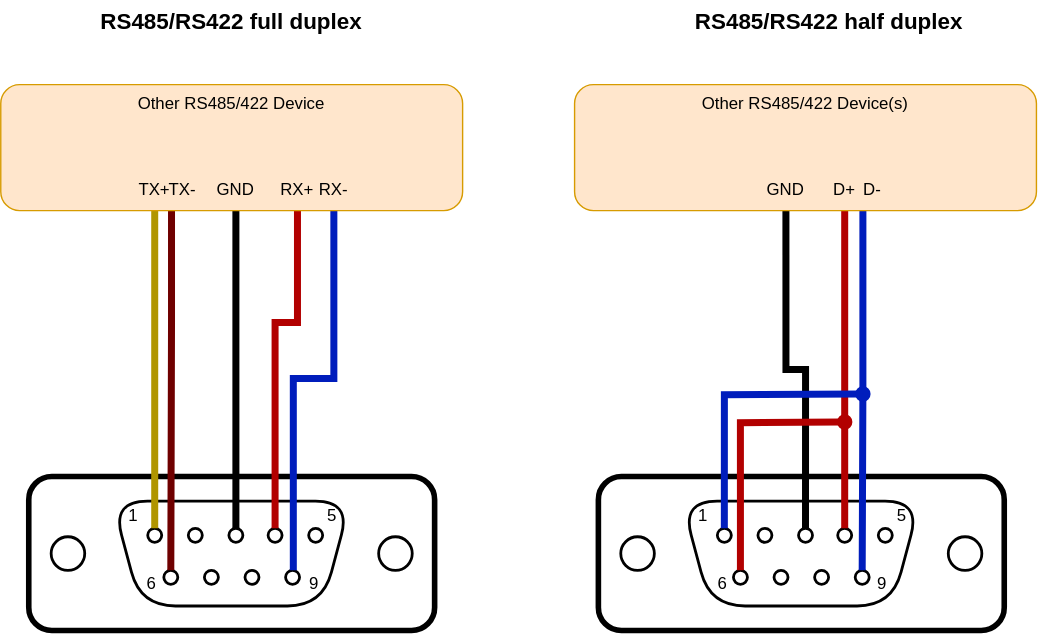
Before: docs/user-docs/images/edge-solutions/moducop/io-modules/iou06/com-layout1-conn.svg, a diagram exported from draw.io (ci4rail/docs). Source tidied: cells renumbered, new cells last; positions are measured from the earlier drawing's top-left corner, leaving out a move shared by most shapes. Source of this version:
```xml
<mxGraphModel>
  <root>
    <mxCell id="0" />
    <mxCell id="1" parent="0" />
    <mxCell id="2" style="group;" parent="1" vertex="1">
      <mxGeometry x="427" y="340" width="290" height="110" as="geometry" />
    </mxCell>
    <mxCell id="3" style="rounded=1;whiteSpace=wrap;html=1;strokeColor=#000000;strokeWidth=4;fillColor=#FFFFFF;" parent="2" vertex="1">
      <mxGeometry width="290" height="110" as="geometry" />
    </mxCell>
    <mxCell id="4" style="shape=trapezoid;perimeter=trapezoidPerimeter;whiteSpace=wrap;html=1;fixedSize=1;size=20;rotation=-180;rounded=1;arcSize=50;strokeWidth=2;" parent="2" vertex="1">
      <mxGeometry x="59.8" y="17.5" width="170" height="75" as="geometry" />
    </mxCell>
    <mxCell id="5" style="ellipse;whiteSpace=wrap;html=1;fillColor=none;strokeColor=#000000;strokeWidth=2;" parent="2" vertex="1">
      <mxGeometry x="16" y="43" width="24" height="24" as="geometry" />
    </mxCell>
    <mxCell id="6" style="ellipse;whiteSpace=wrap;html=1;fillColor=none;strokeColor=#000000;strokeWidth=2;" parent="2" vertex="1">
      <mxGeometry x="250" y="43" width="24" height="24" as="geometry" />
    </mxCell>
    <mxCell id="7" style="ellipse;whiteSpace=wrap;html=1;fillColor=none;strokeColor=#000000;strokeWidth=2;" parent="2" vertex="1">
      <mxGeometry x="85" y="37" width="10" height="10" as="geometry" />
    </mxCell>
    <mxCell id="8" style="ellipse;whiteSpace=wrap;html=1;fillColor=none;strokeColor=#000000;strokeWidth=2;" parent="2" vertex="1">
      <mxGeometry x="114" y="37" width="10" height="10" as="geometry" />
    </mxCell>
    <mxCell id="9" style="ellipse;whiteSpace=wrap;html=1;fillColor=none;strokeColor=#000000;strokeWidth=2;" parent="2" vertex="1">
      <mxGeometry x="143" y="37" width="10" height="10" as="geometry" />
    </mxCell>
    <mxCell id="10" style="ellipse;whiteSpace=wrap;html=1;fillColor=none;strokeColor=#000000;strokeWidth=2;" parent="2" vertex="1">
      <mxGeometry x="171" y="37" width="10" height="10" as="geometry" />
    </mxCell>
    <mxCell id="11" style="ellipse;whiteSpace=wrap;html=1;fillColor=none;strokeColor=#000000;strokeWidth=2;" parent="2" vertex="1">
      <mxGeometry x="200" y="37" width="10" height="10" as="geometry" />
    </mxCell>
    <mxCell id="12" style="ellipse;whiteSpace=wrap;html=1;fillColor=none;strokeColor=#000000;strokeWidth=2;" parent="2" vertex="1">
      <mxGeometry x="96.5" y="67" width="10" height="10" as="geometry" />
    </mxCell>
    <mxCell id="13" style="ellipse;whiteSpace=wrap;html=1;fillColor=none;strokeColor=#000000;strokeWidth=2;" parent="2" vertex="1">
      <mxGeometry x="125.5" y="67" width="10" height="10" as="geometry" />
    </mxCell>
    <mxCell id="14" style="ellipse;whiteSpace=wrap;html=1;fillColor=none;strokeColor=#000000;strokeWidth=2;" parent="2" vertex="1">
      <mxGeometry x="154.5" y="67" width="10" height="10" as="geometry" />
    </mxCell>
    <mxCell id="15" style="ellipse;whiteSpace=wrap;html=1;fillColor=none;strokeColor=#000000;strokeWidth=2;" parent="2" vertex="1">
      <mxGeometry x="183.5" y="67" width="10" height="10" as="geometry" />
    </mxCell>
    <mxCell id="16" value="1" style="text;html=1;strokeColor=none;fillColor=none;align=center;verticalAlign=middle;whiteSpace=wrap;rounded=0;" parent="2" vertex="1">
      <mxGeometry x="68" y="17.5" width="13.5" height="20" as="geometry" />
    </mxCell>
    <mxCell id="17" value="5" style="text;html=1;strokeColor=none;fillColor=none;align=center;verticalAlign=middle;whiteSpace=wrap;rounded=0;" parent="2" vertex="1">
      <mxGeometry x="210" y="17.5" width="13.5" height="20" as="geometry" />
    </mxCell>
    <mxCell id="18" value="9" style="text;html=1;strokeColor=none;fillColor=none;align=center;verticalAlign=middle;whiteSpace=wrap;rounded=0;" parent="2" vertex="1">
      <mxGeometry x="196.5" y="67" width="13.5" height="20" as="geometry" />
    </mxCell>
    <mxCell id="19" value="6" style="text;html=1;strokeColor=none;fillColor=none;align=center;verticalAlign=middle;whiteSpace=wrap;rounded=0;" parent="2" vertex="1">
      <mxGeometry x="81.5" y="67" width="13.5" height="20" as="geometry" />
    </mxCell>
    <mxCell id="20" style="group;" parent="1" vertex="1">
      <mxGeometry x="20" y="340" width="290" height="110" as="geometry" />
    </mxCell>
    <mxCell id="21" style="rounded=1;whiteSpace=wrap;html=1;strokeColor=#000000;strokeWidth=4;fillColor=#FFFFFF;" parent="20" vertex="1">
      <mxGeometry width="290" height="110" as="geometry" />
    </mxCell>
    <mxCell id="22" style="shape=trapezoid;perimeter=trapezoidPerimeter;whiteSpace=wrap;html=1;fixedSize=1;size=20;rotation=-180;rounded=1;arcSize=50;strokeWidth=2;" parent="20" vertex="1">
      <mxGeometry x="59.8" y="17.5" width="170" height="75" as="geometry" />
    </mxCell>
    <mxCell id="23" style="ellipse;whiteSpace=wrap;html=1;fillColor=none;strokeColor=#000000;strokeWidth=2;" parent="20" vertex="1">
      <mxGeometry x="16" y="43" width="24" height="24" as="geometry" />
    </mxCell>
    <mxCell id="24" style="ellipse;whiteSpace=wrap;html=1;fillColor=none;strokeColor=#000000;strokeWidth=2;" parent="20" vertex="1">
      <mxGeometry x="250" y="43" width="24" height="24" as="geometry" />
    </mxCell>
    <mxCell id="25" style="ellipse;whiteSpace=wrap;html=1;fillColor=none;strokeColor=#000000;strokeWidth=2;" parent="20" vertex="1">
      <mxGeometry x="85" y="37" width="10" height="10" as="geometry" />
    </mxCell>
    <mxCell id="26" style="ellipse;whiteSpace=wrap;html=1;fillColor=none;strokeColor=#000000;strokeWidth=2;" parent="20" vertex="1">
      <mxGeometry x="114" y="37" width="10" height="10" as="geometry" />
    </mxCell>
    <mxCell id="27" style="ellipse;whiteSpace=wrap;html=1;fillColor=none;strokeColor=#000000;strokeWidth=2;" parent="20" vertex="1">
      <mxGeometry x="143" y="37" width="10" height="10" as="geometry" />
    </mxCell>
    <mxCell id="28" style="ellipse;whiteSpace=wrap;html=1;fillColor=none;strokeColor=#000000;strokeWidth=2;" parent="20" vertex="1">
      <mxGeometry x="171" y="37" width="10" height="10" as="geometry" />
    </mxCell>
    <mxCell id="29" style="ellipse;whiteSpace=wrap;html=1;fillColor=none;strokeColor=#000000;strokeWidth=2;" parent="20" vertex="1">
      <mxGeometry x="200" y="37" width="10" height="10" as="geometry" />
    </mxCell>
    <mxCell id="30" style="ellipse;whiteSpace=wrap;html=1;fillColor=none;strokeColor=#000000;strokeWidth=2;" parent="20" vertex="1">
      <mxGeometry x="96.5" y="67" width="10" height="10" as="geometry" />
    </mxCell>
    <mxCell id="31" style="ellipse;whiteSpace=wrap;html=1;fillColor=none;strokeColor=#000000;strokeWidth=2;" parent="20" vertex="1">
      <mxGeometry x="125.5" y="67" width="10" height="10" as="geometry" />
    </mxCell>
    <mxCell id="32" style="ellipse;whiteSpace=wrap;html=1;fillColor=none;strokeColor=#000000;strokeWidth=2;" parent="20" vertex="1">
      <mxGeometry x="154.5" y="67" width="10" height="10" as="geometry" />
    </mxCell>
    <mxCell id="33" style="ellipse;whiteSpace=wrap;html=1;fillColor=none;strokeColor=#000000;strokeWidth=2;" parent="20" vertex="1">
      <mxGeometry x="183.5" y="67" width="10" height="10" as="geometry" />
    </mxCell>
    <mxCell id="34" value="1" style="text;html=1;strokeColor=none;fillColor=none;align=center;verticalAlign=middle;whiteSpace=wrap;rounded=0;" parent="20" vertex="1">
      <mxGeometry x="68" y="17.5" width="13.5" height="20" as="geometry" />
    </mxCell>
    <mxCell id="35" value="5" style="text;html=1;strokeColor=none;fillColor=none;align=center;verticalAlign=middle;whiteSpace=wrap;rounded=0;" parent="20" vertex="1">
      <mxGeometry x="210" y="17.5" width="13.5" height="20" as="geometry" />
    </mxCell>
    <mxCell id="36" value="9" style="text;html=1;strokeColor=none;fillColor=none;align=center;verticalAlign=middle;whiteSpace=wrap;rounded=0;" parent="20" vertex="1">
      <mxGeometry x="196.5" y="67" width="13.5" height="20" as="geometry" />
    </mxCell>
    <mxCell id="37" value="6" style="text;html=1;strokeColor=none;fillColor=none;align=center;verticalAlign=middle;whiteSpace=wrap;rounded=0;" parent="20" vertex="1">
      <mxGeometry x="81.5" y="67" width="13.5" height="20" as="geometry" />
    </mxCell>
    <mxCell id="38" style="edgeStyle=orthogonalEdgeStyle;rounded=0;jettySize=auto;html=1;exitX=0.5;exitY=1;exitDx=0;exitDy=0;entryX=0.5;entryY=0;entryDx=0;entryDy=0;endArrow=none;endFill=0;strokeWidth=5;fillColor=#0050ef;strokeColor=#001DBC;" parent="1" edge="1" source="47" target="33">
      <mxGeometry relative="1" as="geometry">
        <Array as="points">
          <mxPoint x="238" y="270" />
          <mxPoint x="209" y="270" />
          <mxPoint x="209" y="407" />
        </Array>
      </mxGeometry>
    </mxCell>
    <mxCell id="39" style="rounded=0;jettySize=auto;html=1;entryX=0.5;entryY=0;entryDx=0;entryDy=0;endArrow=none;endFill=0;strokeWidth=5;fillColor=#a20025;strokeColor=#6F0000;edgeStyle=orthogonalEdgeStyle;" parent="1" edge="1" source="49" target="30">
      <mxGeometry relative="1" as="geometry">
        <Array as="points">
          <mxPoint x="122" y="230" />
          <mxPoint x="122" y="230" />
        </Array>
      </mxGeometry>
    </mxCell>
    <mxCell id="40" style="edgeStyle=orthogonalEdgeStyle;rounded=0;jettySize=auto;html=1;exitX=0.5;exitY=1;exitDx=0;exitDy=0;endArrow=none;endFill=0;strokeWidth=5;entryX=0.5;entryY=0;entryDx=0;entryDy=0;" parent="1" edge="1" source="45" target="27">
      <mxGeometry relative="1" as="geometry" />
    </mxCell>
    <mxCell id="41" style="rounded=0;jettySize=auto;html=1;fontSize=16;endArrow=none;endFill=0;strokeWidth=5;fillColor=#e3c800;strokeColor=#B09500;entryX=0.5;entryY=0;entryDx=0;entryDy=0;edgeStyle=orthogonalEdgeStyle;exitX=0.5;exitY=1;exitDx=0;exitDy=0;" parent="1" edge="1" source="48" target="25">
      <mxGeometry relative="1" as="geometry" />
    </mxCell>
    <mxCell id="42" style="edgeStyle=orthogonalEdgeStyle;rounded=0;jettySize=auto;html=1;fontSize=16;endArrow=none;endFill=0;strokeWidth=5;fillColor=#e51400;strokeColor=#B20000;entryX=0.5;entryY=0;entryDx=0;entryDy=0;" parent="1" edge="1" source="44" target="28">
      <mxGeometry relative="1" as="geometry">
        <Array as="points">
          <mxPoint x="212" y="230" />
          <mxPoint x="196" y="230" />
        </Array>
      </mxGeometry>
    </mxCell>
    <mxCell id="43" value="Other RS485/422 Device" style="rounded=1;whiteSpace=wrap;html=1;verticalAlign=top;fillColor=#ffe6cc;strokeColor=#d79b00;" parent="1" vertex="1">
      <mxGeometry y="60" width="330" height="90" as="geometry" />
    </mxCell>
    <mxCell id="44" value="RX+" style="text;html=1;strokeColor=none;fillColor=none;align=center;verticalAlign=middle;whiteSpace=wrap;rounded=0;" parent="1" vertex="1">
      <mxGeometry x="182" y="120" width="60" height="30" as="geometry" />
    </mxCell>
    <mxCell id="45" value="GND" style="text;html=1;strokeColor=none;fillColor=none;align=center;verticalAlign=middle;whiteSpace=wrap;rounded=0;" parent="1" vertex="1">
      <mxGeometry x="138" y="120" width="60" height="30" as="geometry" />
    </mxCell>
    <mxCell id="46" value="RS485/RS422 full duplex" style="text;html=1;strokeColor=none;fillColor=none;align=center;verticalAlign=middle;whiteSpace=wrap;rounded=0;fontStyle=1;fontSize=16;" parent="1" vertex="1">
      <mxGeometry width="330" height="30" as="geometry" />
    </mxCell>
    <mxCell id="47" value="RX-" style="text;html=1;strokeColor=none;fillColor=none;align=center;verticalAlign=middle;whiteSpace=wrap;rounded=0;" parent="1" vertex="1">
      <mxGeometry x="208" y="120" width="60" height="30" as="geometry" />
    </mxCell>
    <mxCell id="48" value="TX+" style="text;html=1;strokeColor=none;fillColor=none;align=center;verticalAlign=middle;whiteSpace=wrap;rounded=0;" parent="1" vertex="1">
      <mxGeometry x="80" y="120" width="60" height="30" as="geometry" />
    </mxCell>
    <mxCell id="49" value="TX-" style="text;html=1;strokeColor=none;fillColor=none;align=center;verticalAlign=middle;whiteSpace=wrap;rounded=0;" parent="1" vertex="1">
      <mxGeometry x="100" y="120" width="60" height="30" as="geometry" />
    </mxCell>
    <mxCell id="50" style="edgeStyle=orthogonalEdgeStyle;rounded=0;jettySize=auto;html=1;endArrow=none;endFill=0;strokeWidth=5;fillColor=#0050ef;strokeColor=#001DBC;entryX=0.5;entryY=0;entryDx=0;entryDy=0;" parent="1" edge="1" source="55" target="15">
      <mxGeometry relative="1" as="geometry">
        <Array as="points">
          <mxPoint x="616" y="279" />
          <mxPoint x="616" y="279" />
        </Array>
      </mxGeometry>
    </mxCell>
    <mxCell id="51" style="edgeStyle=orthogonalEdgeStyle;rounded=0;jettySize=auto;html=1;endArrow=none;endFill=0;strokeWidth=5;entryX=0.5;entryY=0;entryDx=0;entryDy=0;exitX=0.5;exitY=1;exitDx=0;exitDy=0;" parent="1" edge="1" source="56" target="9">
      <mxGeometry relative="1" as="geometry" />
    </mxCell>
    <mxCell id="52" style="rounded=0;jettySize=auto;html=1;entryX=0.5;entryY=0;entryDx=0;entryDy=0;fontSize=16;endArrow=none;endFill=0;strokeWidth=5;fillColor=#e51400;strokeColor=#B20000;edgeStyle=orthogonalEdgeStyle;startArrow=oval;startFill=1;" parent="1" edge="1" target="12">
      <mxGeometry relative="1" as="geometry">
        <mxPoint x="603" y="301" as="sourcePoint" />
      </mxGeometry>
    </mxCell>
    <mxCell id="53" style="edgeStyle=orthogonalEdgeStyle;rounded=0;jettySize=auto;html=1;exitX=0.5;exitY=1;exitDx=0;exitDy=0;fontSize=16;endArrow=none;endFill=0;strokeWidth=5;fillColor=#e51400;strokeColor=#B20000;entryX=0.5;entryY=0;entryDx=0;entryDy=0;" parent="1" edge="1" source="58" target="10">
      <mxGeometry relative="1" as="geometry" />
    </mxCell>
    <mxCell id="54" value="Other RS485/422 Device(s)" style="rounded=1;whiteSpace=wrap;html=1;verticalAlign=top;fillColor=#ffe6cc;strokeColor=#d79b00;" parent="1" vertex="1">
      <mxGeometry x="410" y="60" width="330" height="90" as="geometry" />
    </mxCell>
    <mxCell id="55" value="D-" style="text;html=1;strokeColor=none;fillColor=none;align=center;verticalAlign=middle;whiteSpace=wrap;rounded=0;" parent="1" vertex="1">
      <mxGeometry x="593" y="120" width="60" height="30" as="geometry" />
    </mxCell>
    <mxCell id="56" value="GND" style="text;html=1;strokeColor=none;fillColor=none;align=center;verticalAlign=middle;whiteSpace=wrap;rounded=0;" parent="1" vertex="1">
      <mxGeometry x="531" y="120" width="60" height="30" as="geometry" />
    </mxCell>
    <mxCell id="57" value="RS485/RS422 half duplex" style="text;html=1;strokeColor=none;fillColor=none;align=center;verticalAlign=middle;whiteSpace=wrap;rounded=0;fontStyle=1;fontSize=16;" parent="1" vertex="1">
      <mxGeometry x="427" width="330" height="30" as="geometry" />
    </mxCell>
    <mxCell id="58" value="D+" style="text;html=1;strokeColor=none;fillColor=none;align=center;verticalAlign=middle;whiteSpace=wrap;rounded=0;" parent="1" vertex="1">
      <mxGeometry x="573" y="120" width="60" height="30" as="geometry" />
    </mxCell>
    <mxCell id="59" style="rounded=0;jettySize=auto;html=1;endArrow=none;endFill=0;strokeWidth=5;fillColor=#0050ef;strokeColor=#001DBC;edgeStyle=orthogonalEdgeStyle;startArrow=oval;startFill=1;entryX=0.5;entryY=0;entryDx=0;entryDy=0;" parent="1" edge="1" target="7">
      <mxGeometry relative="1" as="geometry">
        <mxPoint x="616" y="281" as="sourcePoint" />
      </mxGeometry>
    </mxCell>
  </root>
</mxGraphModel>
```
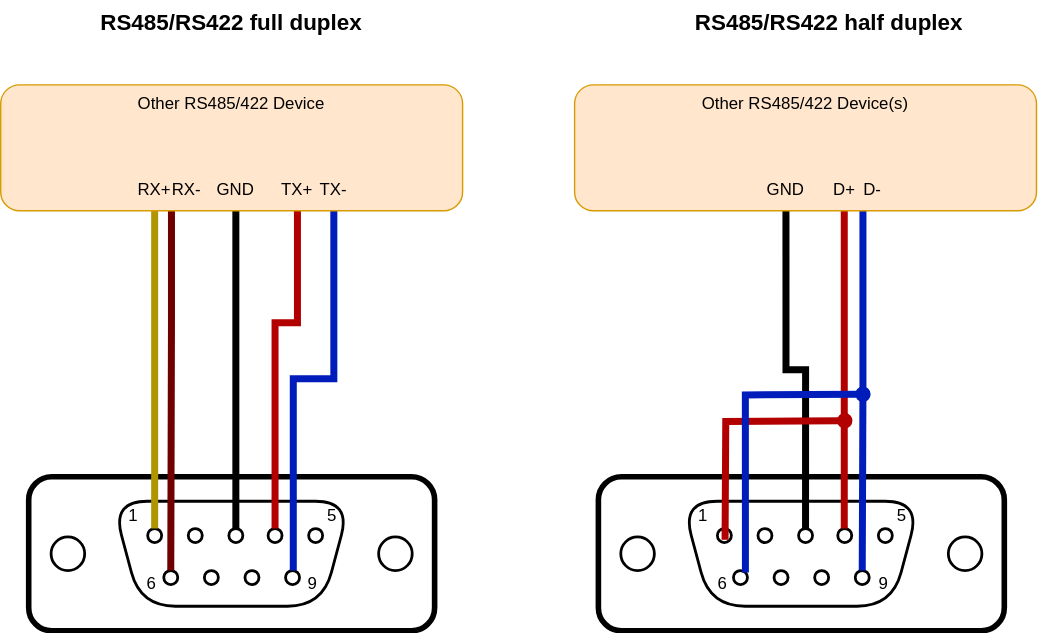
Later version of the same file.

Diff of the diagram source:
```diff
@@ -144,7 +144,7 @@
     <mxCell id="43" value="Other RS485/422 Device" style="rounded=1;whiteSpace=wrap;html=1;verticalAlign=top;fillColor=#ffe6cc;strokeColor=#d79b00;" parent="1" vertex="1">
       <mxGeometry y="60" width="330" height="90" as="geometry" />
     </mxCell>
-    <mxCell id="44" value="RX+" style="text;html=1;strokeColor=none;fillColor=none;align=center;verticalAlign=middle;whiteSpace=wrap;rounded=0;" parent="1" vertex="1">
+    <mxCell id="44" value="TX+" style="text;html=1;strokeColor=none;fillColor=none;align=center;verticalAlign=middle;whiteSpace=wrap;rounded=0;" parent="1" vertex="1">
       <mxGeometry x="182" y="120" width="60" height="30" as="geometry" />
     </mxCell>
     <mxCell id="45" value="GND" style="text;html=1;strokeColor=none;fillColor=none;align=center;verticalAlign=middle;whiteSpace=wrap;rounded=0;" parent="1" vertex="1">
@@ -153,14 +153,14 @@
     <mxCell id="46" value="RS485/RS422 full duplex" style="text;html=1;strokeColor=none;fillColor=none;align=center;verticalAlign=middle;whiteSpace=wrap;rounded=0;fontStyle=1;fontSize=16;" parent="1" vertex="1">
       <mxGeometry width="330" height="30" as="geometry" />
     </mxCell>
-    <mxCell id="47" value="RX-" style="text;html=1;strokeColor=none;fillColor=none;align=center;verticalAlign=middle;whiteSpace=wrap;rounded=0;" parent="1" vertex="1">
+    <mxCell id="47" value="TX-" style="text;html=1;strokeColor=none;fillColor=none;align=center;verticalAlign=middle;whiteSpace=wrap;rounded=0;" parent="1" vertex="1">
       <mxGeometry x="208" y="120" width="60" height="30" as="geometry" />
     </mxCell>
-    <mxCell id="48" value="TX+" style="text;html=1;strokeColor=none;fillColor=none;align=center;verticalAlign=middle;whiteSpace=wrap;rounded=0;" parent="1" vertex="1">
+    <mxCell id="48" value="RX+" style="text;html=1;strokeColor=none;fillColor=none;align=center;verticalAlign=middle;whiteSpace=wrap;rounded=0;" parent="1" vertex="1">
       <mxGeometry x="80" y="120" width="60" height="30" as="geometry" />
     </mxCell>
-    <mxCell id="49" value="TX-" style="text;html=1;strokeColor=none;fillColor=none;align=center;verticalAlign=middle;whiteSpace=wrap;rounded=0;" parent="1" vertex="1">
-      <mxGeometry x="100" y="120" width="60" height="30" as="geometry" />
+    <mxCell id="49" value="RX-" style="text;html=1;strokeColor=none;fillColor=none;align=center;verticalAlign=middle;whiteSpace=wrap;rounded=0;" parent="1" vertex="1">
+      <mxGeometry x="103" y="120" width="60" height="30" as="geometry" />
     </mxCell>
     <mxCell id="50" style="edgeStyle=orthogonalEdgeStyle;rounded=0;jettySize=auto;html=1;endArrow=none;endFill=0;strokeWidth=5;fillColor=#0050ef;strokeColor=#001DBC;entryX=0.5;entryY=0;entryDx=0;entryDy=0;" parent="1" edge="1" source="55" target="15">
       <mxGeometry relative="1" as="geometry">
@@ -173,13 +173,17 @@
     <mxCell id="51" style="edgeStyle=orthogonalEdgeStyle;rounded=0;jettySize=auto;html=1;endArrow=none;endFill=0;strokeWidth=5;entryX=0.5;entryY=0;entryDx=0;entryDy=0;exitX=0.5;exitY=1;exitDx=0;exitDy=0;" parent="1" edge="1" source="56" target="9">
       <mxGeometry relative="1" as="geometry" />
     </mxCell>
-    <mxCell id="52" style="rounded=0;jettySize=auto;html=1;entryX=0.5;entryY=0;entryDx=0;entryDy=0;fontSize=16;endArrow=none;endFill=0;strokeWidth=5;fillColor=#e51400;strokeColor=#B20000;edgeStyle=orthogonalEdgeStyle;startArrow=oval;startFill=1;" parent="1" edge="1" target="12">
+    <mxCell id="52" style="rounded=0;orthogonalLoop=1;jettySize=auto;html=1;entryX=0.5;entryY=0;entryDx=0;entryDy=0;fontSize=16;endArrow=none;endFill=0;strokeWidth=5;fillColor=#e51400;strokeColor=#B20000;edgeStyle=orthogonalEdgeStyle;startArrow=oval;startFill=1;" parent="1" edge="1">
       <mxGeometry relative="1" as="geometry">
-        <mxPoint x="603" y="301" as="sourcePoint" />
+        <mxPoint x="603" y="300" as="sourcePoint" />
+        <mxPoint x="517.5" y="385" as="targetPoint" />
       </mxGeometry>
     </mxCell>
-    <mxCell id="53" style="edgeStyle=orthogonalEdgeStyle;rounded=0;jettySize=auto;html=1;exitX=0.5;exitY=1;exitDx=0;exitDy=0;fontSize=16;endArrow=none;endFill=0;strokeWidth=5;fillColor=#e51400;strokeColor=#B20000;entryX=0.5;entryY=0;entryDx=0;entryDy=0;" parent="1" edge="1" source="58" target="10">
-      <mxGeometry relative="1" as="geometry" />
+    <mxCell id="53" style="edgeStyle=orthogonalEdgeStyle;rounded=0;orthogonalLoop=1;jettySize=auto;html=1;exitX=0.5;exitY=1;exitDx=0;exitDy=0;fontSize=16;endArrow=none;endFill=0;strokeWidth=5;fillColor=#e51400;strokeColor=#B20000;entryX=0.5;entryY=0;entryDx=0;entryDy=0;" parent="1" edge="1">
+      <mxGeometry relative="1" as="geometry">
+        <mxPoint x="602.7" y="150" as="sourcePoint" />
+        <mxPoint x="602.7" y="377" as="targetPoint" />
+      </mxGeometry>
     </mxCell>
     <mxCell id="54" value="Other RS485/422 Device(s)" style="rounded=1;whiteSpace=wrap;html=1;verticalAlign=top;fillColor=#ffe6cc;strokeColor=#d79b00;" parent="1" vertex="1">
       <mxGeometry x="410" y="60" width="330" height="90" as="geometry" />
@@ -196,7 +200,7 @@
     <mxCell id="58" value="D+" style="text;html=1;strokeColor=none;fillColor=none;align=center;verticalAlign=middle;whiteSpace=wrap;rounded=0;" parent="1" vertex="1">
       <mxGeometry x="573" y="120" width="60" height="30" as="geometry" />
     </mxCell>
-    <mxCell id="59" style="rounded=0;jettySize=auto;html=1;endArrow=none;endFill=0;strokeWidth=5;fillColor=#0050ef;strokeColor=#001DBC;edgeStyle=orthogonalEdgeStyle;startArrow=oval;startFill=1;entryX=0.5;entryY=0;entryDx=0;entryDy=0;" parent="1" edge="1" target="7">
+    <mxCell id="59" style="rounded=0;jettySize=auto;html=1;endArrow=none;endFill=0;strokeWidth=5;fillColor=#0050ef;strokeColor=#001DBC;edgeStyle=orthogonalEdgeStyle;startArrow=oval;startFill=1;entryX=1;entryY=0;entryDx=0;entryDy=0;" parent="1" edge="1" target="12">
       <mxGeometry relative="1" as="geometry">
         <mxPoint x="616" y="281" as="sourcePoint" />
       </mxGeometry>
```
